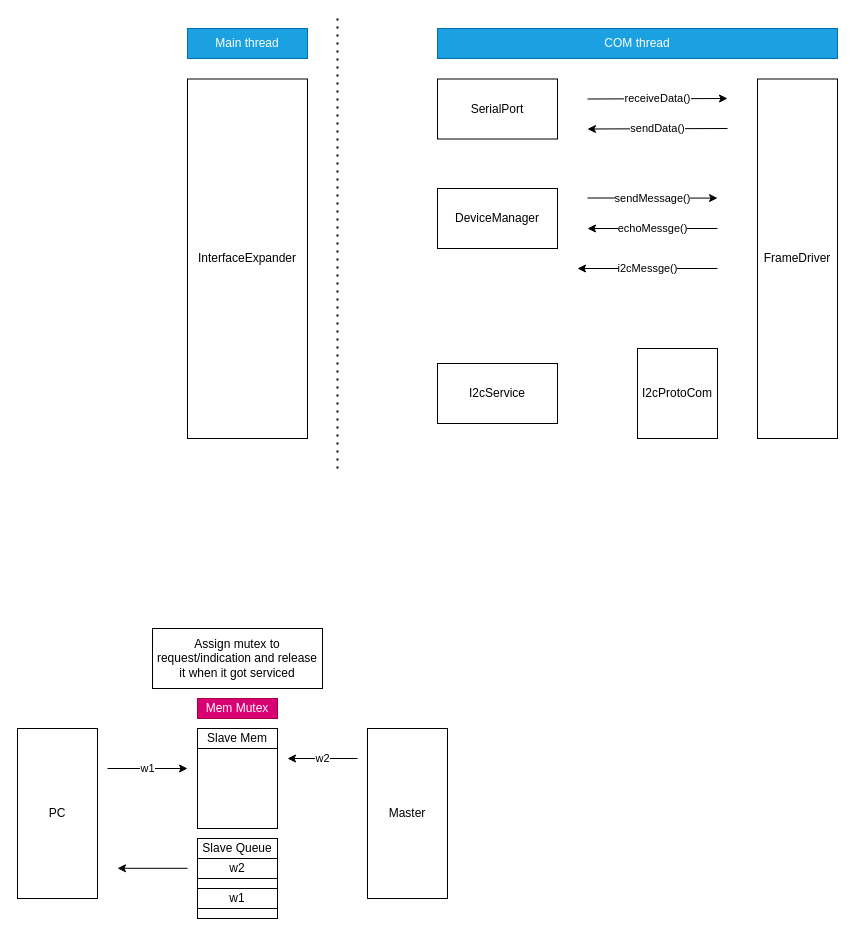
Before: Docu/UIarchitecture.drawio in AlmCoding/expander-ui, a draw.io diagram. Source tidied: cells renumbered, new cells numbered last; positions are measured from the earlier drawing's top-left corner, leaving out a move shared by most shapes. Both pictures are drawn from the tidied source at 100%, with x=0, y=0 at pixel (17, 18).
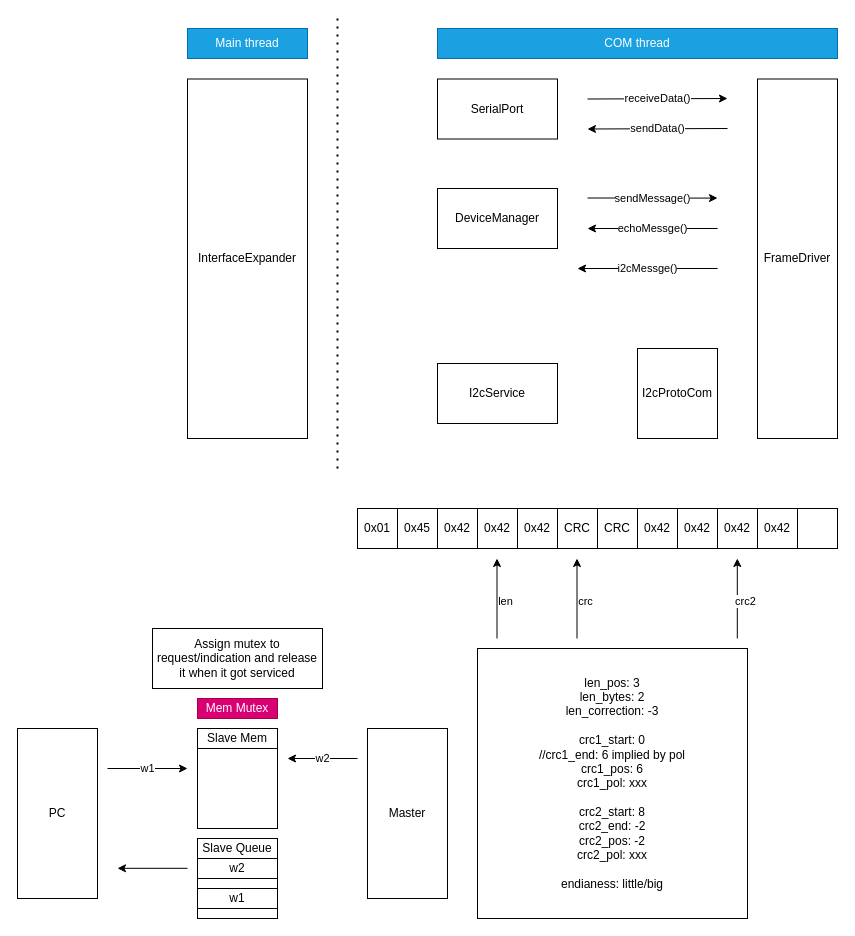
Above is the later version.

What changed in the source:
```diff
@@
+    <mxCell id="29" style="rounded=0;whiteSpace=wrap;html=1;" parent="1" vertex="1">
+      <mxGeometry x="340" y="490" width="480" height="40" as="geometry" />
+    </mxCell>
+    <mxCell id="30" value="0x01" style="rounded=0;whiteSpace=wrap;html=1;" parent="1" vertex="1">
+      <mxGeometry x="340" y="490" width="40" height="40" as="geometry" />
+    </mxCell>
+    <mxCell id="31" value="0x45" style="rounded=0;whiteSpace=wrap;html=1;" parent="1" vertex="1">
+      <mxGeometry x="380" y="490" width="40" height="40" as="geometry" />
+    </mxCell>
+    <mxCell id="32" value="0x42" style="rounded=0;whiteSpace=wrap;html=1;" parent="1" vertex="1">
+      <mxGeometry x="420" y="490" width="40" height="40" as="geometry" />
+    </mxCell>
+    <mxCell id="33" value="CRC" style="rounded=0;whiteSpace=wrap;html=1;" parent="1" vertex="1">
+      <mxGeometry x="540" y="490" width="40" height="40" as="geometry" />
+    </mxCell>
+    <mxCell id="34" value="CRC" style="rounded=0;whiteSpace=wrap;html=1;" parent="1" vertex="1">
+      <mxGeometry x="580" y="490" width="40" height="40" as="geometry" />
+    </mxCell>
+    <mxCell id="35" value="len_pos: 3&lt;br&gt;&lt;div&gt;len_bytes: 2&lt;/div&gt;&lt;div&gt;len_correction: -3&lt;br&gt;&lt;/div&gt;&lt;div&gt;&lt;br&gt;&lt;/div&gt;&lt;div&gt;crc1_start: 0&lt;br&gt;//crc1_end: 6 implied by pol&lt;/div&gt;&lt;div&gt;crc1_pos: 6&lt;br&gt;crc1_pol: xxx&lt;br&gt;&lt;br&gt;&lt;div&gt;crc2_start: 8&lt;br&gt;crc2_end: -2&lt;/div&gt;&lt;div&gt;crc2_pos: -2&lt;br&gt;crc2_pol: xxx&lt;/div&gt;&lt;/div&gt;&lt;div&gt;&lt;br&gt;endianess: little/big&lt;/div&gt;" style="whiteSpace=wrap;html=1;" parent="1" vertex="1">
+      <mxGeometry x="460" y="630" width="270" height="270" as="geometry" />
+    </mxCell>
+    <mxCell id="36" value="0x42" style="rounded=0;whiteSpace=wrap;html=1;" parent="1" vertex="1">
+      <mxGeometry x="460" y="490" width="40" height="40" as="geometry" />
+    </mxCell>
+    <mxCell id="37" value="0x42" style="rounded=0;whiteSpace=wrap;html=1;" parent="1" vertex="1">
+      <mxGeometry x="500" y="490" width="40" height="40" as="geometry" />
+    </mxCell>
+    <mxCell id="38" style="endArrow=classic;html=1;rounded=0;" parent="1" edge="1">
+      <mxGeometry relative="1" as="geometry">
+        <mxPoint x="479.5" y="620" as="sourcePoint" />
+        <mxPoint x="479.5" y="540" as="targetPoint" />
+      </mxGeometry>
+    </mxCell>
+    <mxCell id="39" value="len" style="edgeLabel;html=1;align=center;verticalAlign=middle;" parent="38" vertex="1">
+      <mxGeometry x="-0.05" y="-8" relative="1" as="geometry" />
+    </mxCell>
+    <mxCell id="40" style="endArrow=classic;html=1;rounded=0;" parent="1" edge="1">
+      <mxGeometry relative="1" as="geometry">
+        <mxPoint x="559.5" y="620" as="sourcePoint" />
+        <mxPoint x="559.5" y="540" as="targetPoint" />
+      </mxGeometry>
+    </mxCell>
+    <mxCell id="41" value="crc" style="edgeLabel;html=1;align=center;verticalAlign=middle;" parent="40" vertex="1">
+      <mxGeometry x="-0.05" y="-8" relative="1" as="geometry" />
+    </mxCell>
+    <mxCell id="42" value="0x42" style="rounded=0;whiteSpace=wrap;html=1;" parent="1" vertex="1">
+      <mxGeometry x="620" y="490" width="40" height="40" as="geometry" />
+    </mxCell>
+    <mxCell id="43" value="0x42" style="rounded=0;whiteSpace=wrap;html=1;" parent="1" vertex="1">
+      <mxGeometry x="660" y="490" width="40" height="40" as="geometry" />
+    </mxCell>
+    <mxCell id="44" value="0x42" style="rounded=0;whiteSpace=wrap;html=1;" parent="1" vertex="1">
+      <mxGeometry x="700" y="490" width="40" height="40" as="geometry" />
+    </mxCell>
+    <mxCell id="45" value="0x42" style="rounded=0;whiteSpace=wrap;html=1;" parent="1" vertex="1">
+      <mxGeometry x="740" y="490" width="40" height="40" as="geometry" />
+    </mxCell>
+    <mxCell id="46" style="endArrow=classic;html=1;rounded=0;" parent="1" edge="1">
+      <mxGeometry relative="1" as="geometry">
+        <mxPoint x="719.8" y="620" as="sourcePoint" />
+        <mxPoint x="719.8" y="540" as="targetPoint" />
+      </mxGeometry>
+    </mxCell>
+    <mxCell id="47" value="crc2" style="edgeLabel;html=1;align=center;verticalAlign=middle;" parent="46" vertex="1">
+      <mxGeometry x="-0.05" y="-8" relative="1" as="geometry" />
+    </mxCell>
```
